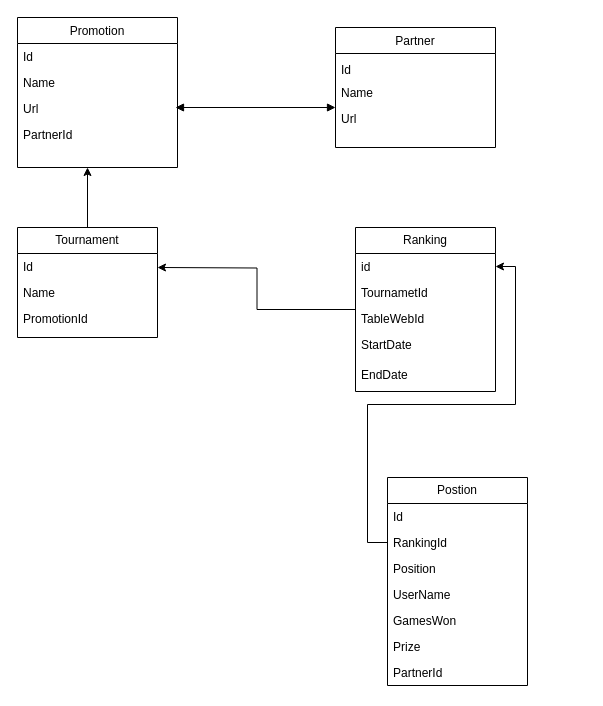
full-stack-bcn/p3-backend-2023 keeps this draw.io diagram as UML/Tournaments.drawio. Above is the earlier version. Source tidied: cells renumbered, new cells numbered last; positions are measured from the earlier drawing's top-left corner, leaving out a move shared by most shapes. Both pictures are drawn from the tidied source at 100%, with x=0, y=0 at pixel (17, 17).
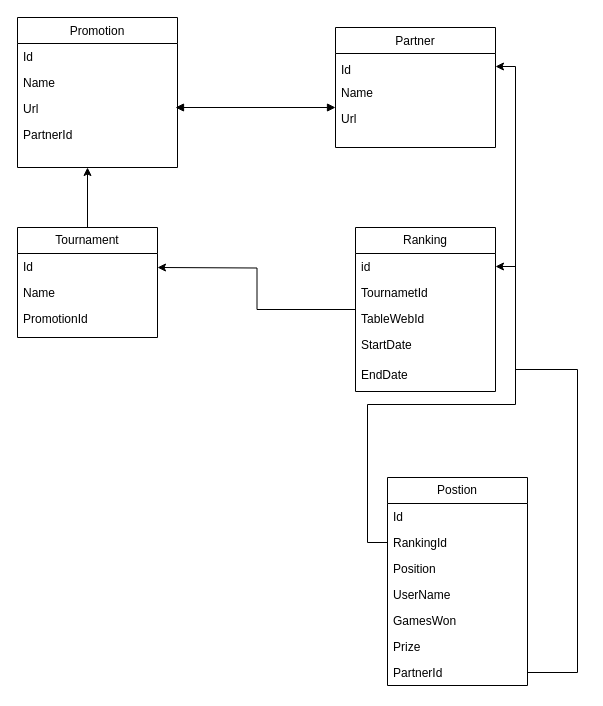
The same page after the edit.

The change refers to these unchanged cells:
```xml
<mxCell id="3" value="Id" style="text;align=left;verticalAlign=bottom;spacingLeft=4;spacingRight=4;overflow=hidden;points=[[0,0.5],[1,0.5]];portConstraint=eastwest;strokeColor=none;" parent="2" vertex="1">
  <mxGeometry y="26" width="160" height="26" as="geometry" />
</mxCell>
<mxCell id="31" value="PartnerId" style="text;strokeColor=none;fillColor=none;align=left;verticalAlign=top;spacingLeft=4;spacingRight=4;overflow=hidden;points=[[0,0.5],[1,0.5]];portConstraint=eastwest;whiteSpace=wrap;html=1;" parent="24" vertex="1">
  <mxGeometry y="182" width="140" height="26" as="geometry" />
</mxCell>
```

What changed in the source:
```diff
@@
+    <mxCell id="33" style="edgeStyle=orthogonalEdgeStyle;rounded=0;jettySize=auto;html=1;" parent="1" edge="1" source="31" target="3">
+      <mxGeometry relative="1" as="geometry">
+        <Array as="points">
+          <mxPoint x="560" y="655" />
+          <mxPoint x="560" y="352" />
+          <mxPoint x="498" y="352" />
+          <mxPoint x="498" y="49" />
+        </Array>
+      </mxGeometry>
+    </mxCell>
```
